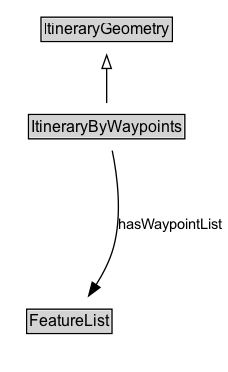
Earlier version of the Graphviz export docs/diagrams/ItineraryByWaypoints.dot.png (ISO-TC204/ontology-its-location-v1). Its source is kept beside it as docs/diagrams/ItineraryByWaypoints.dot.
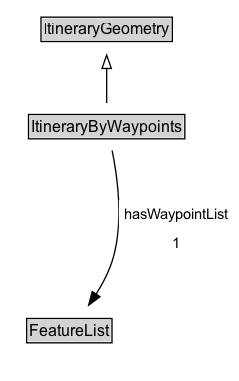
Later version of the same file.

Change to the diagram source:
```diff
@@ -19,5 +19,5 @@
 	ItineraryByWaypoints -> Invis [style=invis]
 	Invis -> FeatureList [style=invis]
 	FeatureList [label=<<TABLE BORDER="1" CELLBORDER="0" CELLSPACING="0" CELLPADDING="1"><TR><TD BGCOLOR="lightgray" ALIGN="CENTER">FeatureList</TD></TR></TABLE>> URL="../FeatureList" margin=0]
-	ItineraryByWaypoints -> FeatureList [label=hasWaypointList arrowhead=normal style=solid]
+	ItineraryByWaypoints -> FeatureList [label=<<TABLE BORDER="0" CELLBORDER="0" CELLSPACING="0" CELLPADDING="4" BGCOLOR="white"><TR><TD ALIGN="CENTER">hasWaypointList</TD></TR><TR><TD ALIGN="CENTER">1</TD></TR></TABLE>> arrowhead=normal style=solid]
 }
```
